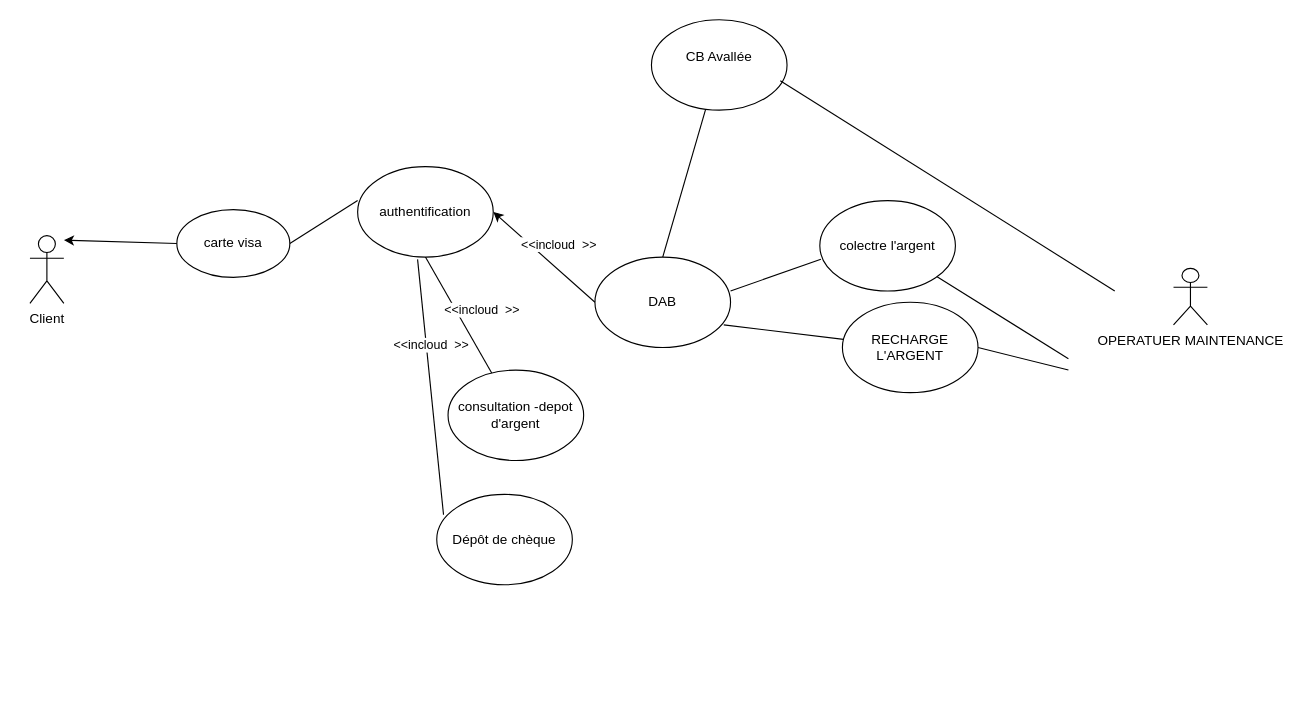
The draw.io diagram exo_038DAB.drawio in djn-web/djn-web, before the edit. Source tidied: cells renumbered, new cells numbered last; positions are measured from the earlier drawing's top-left corner, leaving out a move shared by most shapes. Both pictures are drawn from the tidied source at 113%, with x=0, y=0 at pixel (29, 19).
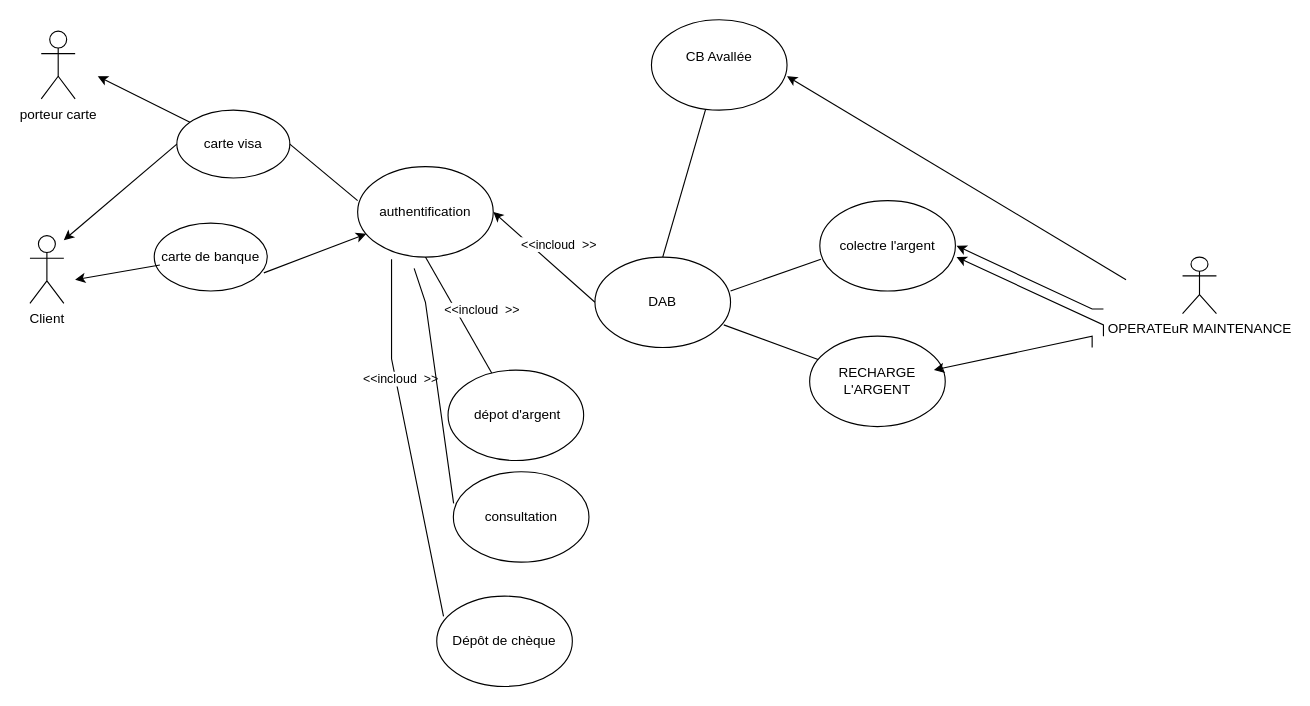
Above is the later version.

Commit message:
Mettre à jour exo_038DAB.drawio

Unchanged cells that the change refers to:
```xml
<mxCell id="10" value="&lt;div&gt;CB Avallée&lt;/div&gt;&lt;div&gt;&lt;br&gt;&lt;/div&gt;" style="ellipse;whiteSpace=wrap;html=1;" parent="1" vertex="1">
  <mxGeometry x="550" width="120" height="80" as="geometry" />
</mxCell>
<mxCell id="17" value="authentification" style="ellipse;whiteSpace=wrap;html=1;" parent="1" vertex="1">
  <mxGeometry x="290" y="130" width="120" height="80" as="geometry" />
</mxCell>
<mxCell id="19" value="colectre l'argent" style="ellipse;whiteSpace=wrap;html=1;" parent="1" vertex="1">
  <mxGeometry x="699" y="160" width="120" height="80" as="geometry" />
</mxCell>
```

Change to the diagram source:
```diff
@@
-    <mxCell id="3" value="OPERATUER MAINTENANCE" style="shape=umlActor;verticalLabelPosition=bottom;verticalAlign=top;html=1;" parent="1" vertex="1">
-      <mxGeometry x="1012" y="220" width="30" height="50" as="geometry" />
+    <mxCell id="3" value="OPERATEuR MAINTENANCE" style="shape=umlActor;verticalLabelPosition=bottom;verticalAlign=top;html=1;" parent="1" vertex="1">
+      <mxGeometry x="1020" y="210" width="30" height="50" as="geometry" />
     </mxCell>
@@
     <mxCell id="5" value="carte visa" style="ellipse;whiteSpace=wrap;html=1;" parent="1" vertex="1">
-      <mxGeometry x="130" y="168" width="100" height="60" as="geometry" />
+      <mxGeometry x="130" y="80" width="100" height="60" as="geometry" />
     </mxCell>
@@
-    <mxCell id="8" value="consultation -depot d'argent" style="ellipse;whiteSpace=wrap;html=1;" parent="1" vertex="1">
+    <mxCell id="8" value="&amp;nbsp;dépot d'argent" style="ellipse;whiteSpace=wrap;html=1;" parent="1" vertex="1">
       <mxGeometry x="370" y="310" width="120" height="80" as="geometry" />
     </mxCell>
-    <mxCell id="9" style="endArrow=none;html=1;rounded=0;exitX=1;exitY=0.5;exitDx=0;exitDy=0;" parent="1" edge="1" source="20">
-      <mxGeometry relative="1" as="geometry">
-        <mxPoint x="919" y="310" as="targetPoint" />
-      </mxGeometry>
-    </mxCell>
@@
-    <mxCell id="11" style="endArrow=none;html=1;rounded=0;exitX=0.95;exitY=0.675;exitDx=0;exitDy=0;exitPerimeter=0;" parent="1" edge="1" source="10">
-      <mxGeometry relative="1" as="geometry">
-        <mxPoint x="960" y="240" as="targetPoint" />
-      </mxGeometry>
-    </mxCell>
@@
     <mxCell id="14" value="Dépôt de chèque " style="ellipse;whiteSpace=wrap;html=1;" parent="1" vertex="1">
-      <mxGeometry x="360" y="420" width="120" height="80" as="geometry" />
+      <mxGeometry x="360" y="510" width="120" height="80" as="geometry" />
     </mxCell>
-    <mxCell id="15" style="endArrow=none;html=1;rounded=0;entryX=0.05;entryY=0.225;entryDx=0;entryDy=0;entryPerimeter=0;exitX=0.442;exitY=1.025;exitDx=0;exitDy=0;exitPerimeter=0;" parent="1" edge="1" source="17" target="14">
-      <mxGeometry relative="1" as="geometry" />
+    <mxCell id="15" style="endArrow=none;html=1;rounded=0;entryX=0.05;entryY=0.225;entryDx=0;entryDy=0;entryPerimeter=0;" parent="1" edge="1" target="14">
+      <mxGeometry relative="1" as="geometry">
+        <mxPoint x="320" y="212" as="sourcePoint" />
+        <Array as="points">
+          <mxPoint x="320" y="300" />
+        </Array>
+      </mxGeometry>
     </mxCell>
@@
     <mxCell id="20" value="RECHARGE L'ARGENT" style="ellipse;whiteSpace=wrap;html=1;" parent="1" vertex="1">
-      <mxGeometry x="719" y="250" width="120" height="80" as="geometry" />
+      <mxGeometry x="690" y="280" width="120" height="80" as="geometry" />
     </mxCell>
-    <mxCell id="21" style="endArrow=none;html=1;rounded=0;" parent="1" edge="1" source="19">
-      <mxGeometry relative="1" as="geometry">
-        <mxPoint x="919" y="300" as="targetPoint" />
-      </mxGeometry>
-    </mxCell>
@@
+    <mxCell id="26" value="porteur carte" style="shape=umlActor;verticalLabelPosition=bottom;verticalAlign=top;html=1;" parent="1" vertex="1">
+      <mxGeometry x="10" y="10" width="30" height="60" as="geometry" />
+    </mxCell>
+    <mxCell id="27" value="carte de banque" style="ellipse;whiteSpace=wrap;html=1;" parent="1" vertex="1">
+      <mxGeometry x="110" y="180" width="100" height="60" as="geometry" />
+    </mxCell>
+    <mxCell id="28" style="endArrow=classic;html=1;rounded=0;exitX=0.05;exitY=0.617;exitDx=0;exitDy=0;exitPerimeter=0;" parent="1" edge="1" source="27">
+      <mxGeometry relative="1" as="geometry">
+        <mxPoint x="40" y="230" as="targetPoint" />
+      </mxGeometry>
+    </mxCell>
+    <mxCell id="29" style="endArrow=classic;html=1;rounded=0;exitX=0.97;exitY=0.733;exitDx=0;exitDy=0;exitPerimeter=0;" parent="1" edge="1" source="27" target="17">
+      <mxGeometry relative="1" as="geometry" />
+    </mxCell>
+    <mxCell id="30" style="endArrow=classic;html=1;rounded=0;entryX=1;entryY=0.625;entryDx=0;entryDy=0;entryPerimeter=0;" parent="1" edge="1" target="10">
+      <mxGeometry relative="1" as="geometry">
+        <mxPoint x="970" y="230" as="sourcePoint" />
+      </mxGeometry>
+    </mxCell>
+    <mxCell id="31" style="endArrow=classic;html=1;rounded=0;" parent="1" edge="1">
+      <mxGeometry relative="1" as="geometry">
+        <mxPoint x="950" y="256" as="sourcePoint" />
+        <mxPoint x="820" y="200" as="targetPoint" />
+        <Array as="points">
+          <mxPoint x="940" y="256" />
+        </Array>
+      </mxGeometry>
+    </mxCell>
+    <mxCell id="32" value="consultation " style="ellipse;whiteSpace=wrap;html=1;" parent="1" vertex="1">
+      <mxGeometry x="374.7" y="400" width="120" height="80" as="geometry" />
+    </mxCell>
+    <mxCell id="33" style="endArrow=none;html=1;rounded=0;entryX=0.002;entryY=0.35;entryDx=0;entryDy=0;entryPerimeter=0;" parent="1" edge="1" target="32">
+      <mxGeometry relative="1" as="geometry">
+        <mxPoint x="340" y="220" as="sourcePoint" />
+        <Array as="points">
+          <mxPoint x="350" y="250" />
+        </Array>
+      </mxGeometry>
+    </mxCell>
+    <mxCell id="34" style="endArrow=classic;html=1;rounded=0;" parent="1" edge="1" source="5">
+      <mxGeometry relative="1" as="geometry">
+        <mxPoint x="60" y="50" as="targetPoint" />
+      </mxGeometry>
+    </mxCell>
+    <mxCell id="35" style="endArrow=classic;html=1;rounded=0;" parent="1" edge="1">
+      <mxGeometry relative="1" as="geometry">
+        <mxPoint x="950" y="280" as="sourcePoint" />
+        <mxPoint x="820" y="210" as="targetPoint" />
+        <Array as="points">
+          <mxPoint x="950" y="270" />
+        </Array>
+      </mxGeometry>
+    </mxCell>
+    <mxCell id="36" style="endArrow=classic;html=1;rounded=0;" parent="1" edge="1">
+      <mxGeometry relative="1" as="geometry">
+        <mxPoint x="940" y="290" as="sourcePoint" />
+        <mxPoint x="800" y="310" as="targetPoint" />
+        <Array as="points">
+          <mxPoint x="940" y="280" />
+        </Array>
+      </mxGeometry>
+    </mxCell>
```
